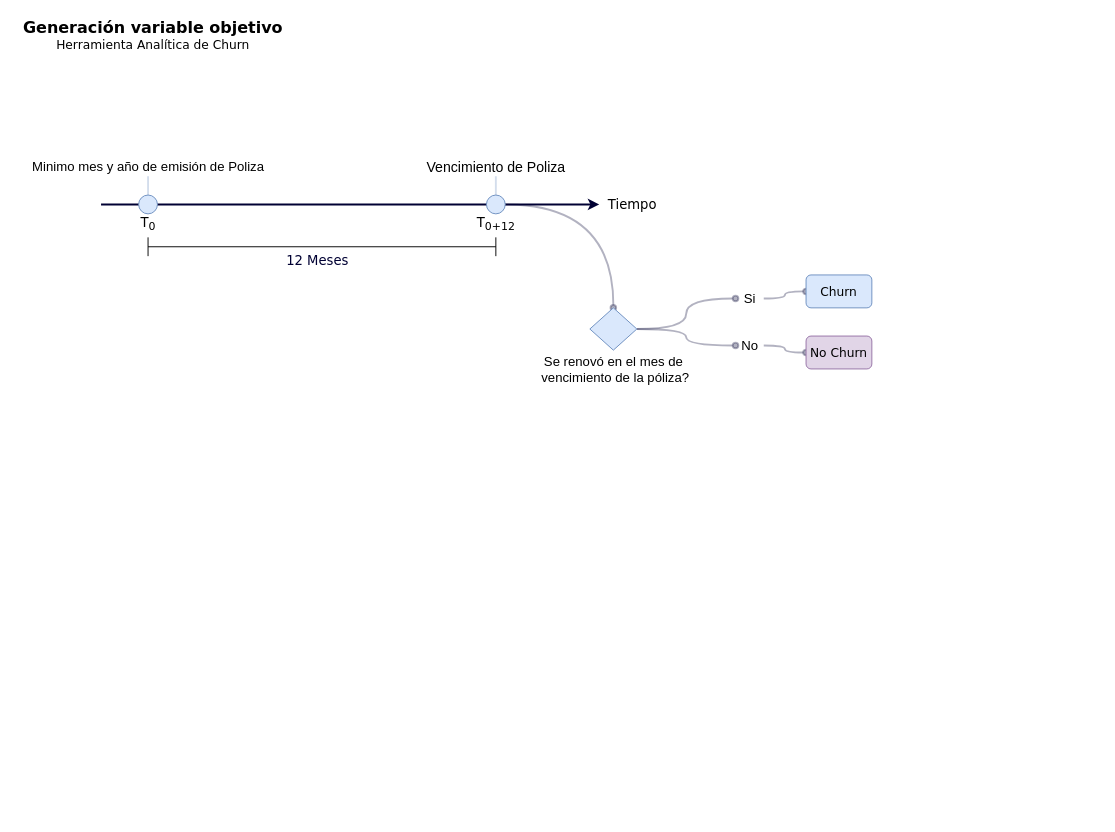
The draw.io diagram page "Page-1" (1 of 9) of caso_uso.drawio in statscol/churn-pv-mvp, before the edit. Source tidied: cells renumbered, new cells numbered last; positions are measured from the earlier drawing's top-left corner, leaving out a move shared by most shapes. Both pictures are drawn from the tidied source at 94%, with x=0, y=0 at pixel (16, 16).
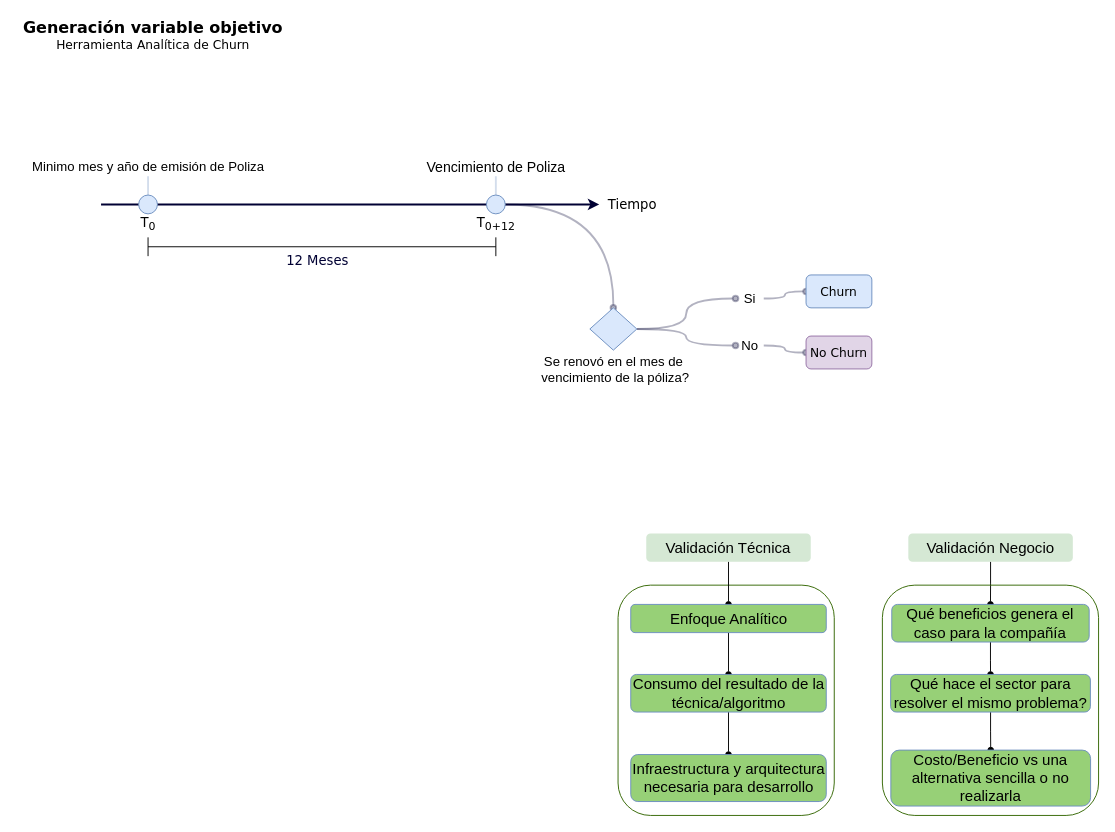
Above is the later version.

Change to the diagram source:
```diff
@@
+    <mxCell id="26" style="rounded=1;whiteSpace=wrap;html=1;fillColor=none;strokeColor=#336600;" parent="1" vertex="1">
+      <mxGeometry x="640" y="605" width="230" height="245" as="geometry" />
+    </mxCell>
+    <mxCell id="27" style="edgeStyle=orthogonalEdgeStyle;rounded=0;jettySize=auto;html=1;fontSize=16;endArrow=oval;endFill=1;" parent="1" edge="1" source="28" target="30">
+      <mxGeometry relative="1" as="geometry" />
+    </mxCell>
+    <mxCell id="28" value="&lt;span style=&quot;color: rgb(0, 0, 0); font-family: Helvetica; font-size: 16px; font-style: normal; font-variant-ligatures: normal; font-variant-caps: normal; font-weight: 400; letter-spacing: normal; orphans: 2; text-align: center; text-indent: 0px; text-transform: none; widows: 2; word-spacing: 0px; -webkit-text-stroke-width: 0px; text-decoration-thickness: initial; text-decoration-style: initial; text-decoration-color: initial; float: none; display: inline !important;&quot;&gt;Validación Técnica&lt;/span&gt;" style="rounded=1;whiteSpace=wrap;html=1;fillColor=#d5e8d4;fontSize=16;strokeColor=none;" parent="1" vertex="1">
+      <mxGeometry x="670" y="550" width="175" height="30" as="geometry" />
+    </mxCell>
+    <mxCell id="29" style="edgeStyle=orthogonalEdgeStyle;rounded=0;jettySize=auto;html=1;entryX=0.5;entryY=0;entryDx=0;entryDy=0;fontSize=16;endArrow=oval;endFill=1;" parent="1" edge="1" source="30" target="32">
+      <mxGeometry relative="1" as="geometry" />
+    </mxCell>
+    <mxCell id="30" value="&lt;span style=&quot;font-family: Helvetica; font-size: 16px; font-style: normal; font-variant-ligatures: normal; font-variant-caps: normal; font-weight: 400; letter-spacing: normal; orphans: 2; text-align: center; text-indent: 0px; text-transform: none; widows: 2; word-spacing: 0px; -webkit-text-stroke-width: 0px; text-decoration-thickness: initial; text-decoration-style: initial; text-decoration-color: initial; float: none; display: inline !important;&quot;&gt;Enfoque Analítico&lt;/span&gt;" style="rounded=1;whiteSpace=wrap;html=1;fillColor=#97D077;fontSize=16;strokeColor=#6c8ebf;fontColor=default;labelBackgroundColor=none;" parent="1" vertex="1">
+      <mxGeometry x="653.5" y="625.5" width="208" height="30" as="geometry" />
+    </mxCell>
+    <mxCell id="31" style="edgeStyle=orthogonalEdgeStyle;rounded=0;jettySize=auto;html=1;entryX=0.5;entryY=0;entryDx=0;entryDy=0;fontSize=16;endArrow=oval;endFill=1;" parent="1" edge="1" source="32" target="33">
+      <mxGeometry relative="1" as="geometry" />
+    </mxCell>
+    <mxCell id="32" value="&lt;span style=&quot;font-family: Helvetica; font-size: 16px; font-style: normal; font-variant-ligatures: normal; font-variant-caps: normal; font-weight: 400; letter-spacing: normal; orphans: 2; text-align: center; text-indent: 0px; text-transform: none; widows: 2; word-spacing: 0px; -webkit-text-stroke-width: 0px; text-decoration-thickness: initial; text-decoration-style: initial; text-decoration-color: initial; float: none; display: inline !important;&quot;&gt;Consumo del resultado de la técnica/algoritmo&lt;/span&gt;" style="rounded=1;whiteSpace=wrap;html=1;fillColor=#97D077;fontSize=16;strokeColor=#6c8ebf;fontColor=default;labelBackgroundColor=none;" parent="1" vertex="1">
+      <mxGeometry x="653.5" y="700" width="208" height="40" as="geometry" />
+    </mxCell>
+    <mxCell id="33" value="&lt;span style=&quot;font-family: Helvetica; font-size: 16px; font-style: normal; font-variant-ligatures: normal; font-variant-caps: normal; font-weight: 400; letter-spacing: normal; orphans: 2; text-align: center; text-indent: 0px; text-transform: none; widows: 2; word-spacing: 0px; -webkit-text-stroke-width: 0px; text-decoration-thickness: initial; text-decoration-style: initial; text-decoration-color: initial; float: none; display: inline !important;&quot;&gt;Infraestructura y arquitectura necesaria para desarrollo&lt;/span&gt;" style="rounded=1;whiteSpace=wrap;html=1;fillColor=#97D077;fontSize=16;strokeColor=#6c8ebf;fontColor=default;labelBackgroundColor=none;" parent="1" vertex="1">
+      <mxGeometry x="653.5" y="785.2" width="208" height="50" as="geometry" />
+    </mxCell>
+    <mxCell id="34" style="edgeStyle=orthogonalEdgeStyle;rounded=0;jettySize=auto;html=1;entryX=0.5;entryY=0;entryDx=0;entryDy=0;fontSize=16;endArrow=oval;endFill=1;" parent="1" edge="1" source="35" target="37">
+      <mxGeometry relative="1" as="geometry" />
+    </mxCell>
+    <mxCell id="35" value="&lt;span style=&quot;color: rgb(0, 0, 0); font-family: Helvetica; font-size: 16px; font-style: normal; font-variant-ligatures: normal; font-variant-caps: normal; font-weight: 400; letter-spacing: normal; orphans: 2; text-align: center; text-indent: 0px; text-transform: none; widows: 2; word-spacing: 0px; -webkit-text-stroke-width: 0px; text-decoration-thickness: initial; text-decoration-style: initial; text-decoration-color: initial; float: none; display: inline !important;&quot;&gt;Validación Negocio&lt;/span&gt;" style="rounded=1;whiteSpace=wrap;html=1;fillColor=#d5e8d4;fontSize=16;strokeColor=none;" parent="1" vertex="1">
+      <mxGeometry x="948.8" y="550" width="175" height="30" as="geometry" />
+    </mxCell>
+    <mxCell id="36" style="edgeStyle=orthogonalEdgeStyle;rounded=0;jettySize=auto;html=1;entryX=0.5;entryY=0;entryDx=0;entryDy=0;fontSize=16;endArrow=oval;endFill=1;" parent="1" edge="1" source="37" target="39">
+      <mxGeometry relative="1" as="geometry" />
+    </mxCell>
+    <mxCell id="37" value="&lt;span style=&quot;font-family: Helvetica; font-size: 16px; font-style: normal; font-variant-ligatures: normal; font-variant-caps: normal; font-weight: 400; letter-spacing: normal; orphans: 2; text-align: center; text-indent: 0px; text-transform: none; widows: 2; word-spacing: 0px; -webkit-text-stroke-width: 0px; text-decoration-thickness: initial; text-decoration-style: initial; text-decoration-color: initial; float: none; display: inline !important;&quot;&gt;Qué beneficios genera el caso para la compañía&lt;/span&gt;" style="rounded=1;whiteSpace=wrap;html=1;fillColor=#97D077;fontSize=16;strokeColor=#6c8ebf;fontColor=default;labelBackgroundColor=none;" parent="1" vertex="1">
+      <mxGeometry x="931.2" y="625.5" width="210" height="40" as="geometry" />
+    </mxCell>
+    <mxCell id="38" style="edgeStyle=orthogonalEdgeStyle;rounded=0;jettySize=auto;html=1;entryX=0.5;entryY=0;entryDx=0;entryDy=0;fontSize=16;endArrow=oval;endFill=1;" parent="1" edge="1" source="39" target="40">
+      <mxGeometry relative="1" as="geometry" />
+    </mxCell>
+    <mxCell id="39" value="&lt;span style=&quot;color: rgb(0, 0, 0); font-family: Helvetica; font-size: 16px; font-style: normal; font-variant-ligatures: normal; font-variant-caps: normal; font-weight: 400; letter-spacing: normal; orphans: 2; text-align: center; text-indent: 0px; text-transform: none; widows: 2; word-spacing: 0px; -webkit-text-stroke-width: 0px; text-decoration-thickness: initial; text-decoration-style: initial; text-decoration-color: initial; float: none; display: inline !important;&quot;&gt;Qué hace el sector para resolver el mismo problema?&lt;/span&gt;" style="rounded=1;whiteSpace=wrap;html=1;fillColor=#97D077;fontSize=16;strokeColor=#6c8ebf;" parent="1" vertex="1">
+      <mxGeometry x="930" y="700" width="212.5" height="40" as="geometry" />
+    </mxCell>
+    <mxCell id="40" value="Costo/Beneficio vs una alternativa sencilla o no realizarla" style="rounded=1;whiteSpace=wrap;html=1;fillColor=#97D077;fontSize=16;strokeColor=#6c8ebf;fontColor=default;labelBackgroundColor=none;" parent="1" vertex="1">
+      <mxGeometry x="930.2" y="780.5" width="212.5" height="59.5" as="geometry" />
+    </mxCell>
+    <mxCell id="41" style="rounded=1;whiteSpace=wrap;html=1;fillColor=none;strokeColor=#336600;" parent="1" vertex="1">
+      <mxGeometry x="921.2" y="605" width="230" height="245" as="geometry" />
+    </mxCell>
```
